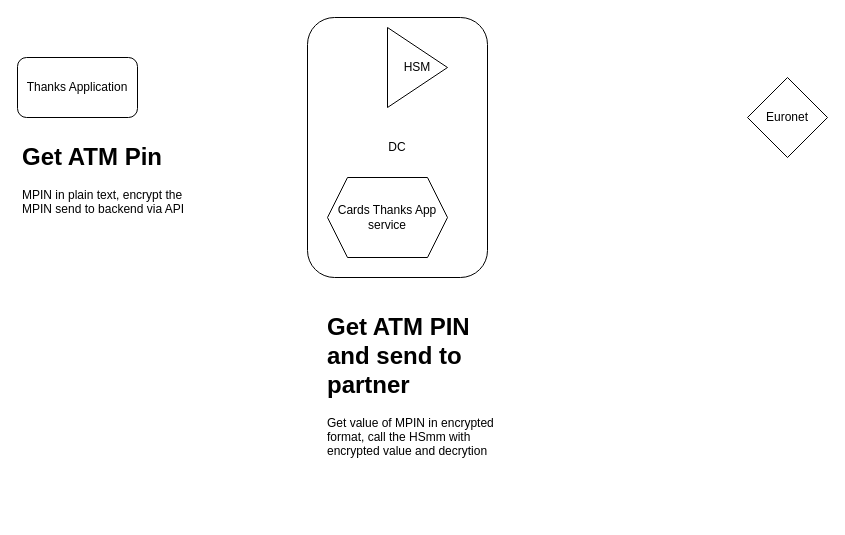
This is ZPK.drawio from ashwiniadlakha/draw_io, a draw.io file, before an edit. Source tidied: cells renumbered, new cells numbered last; positions are measured from the earlier drawing's top-left corner, leaving out a move shared by most shapes. Both pictures are drawn from the tidied source at 100%, with x=0, y=0 at pixel (17, 17).
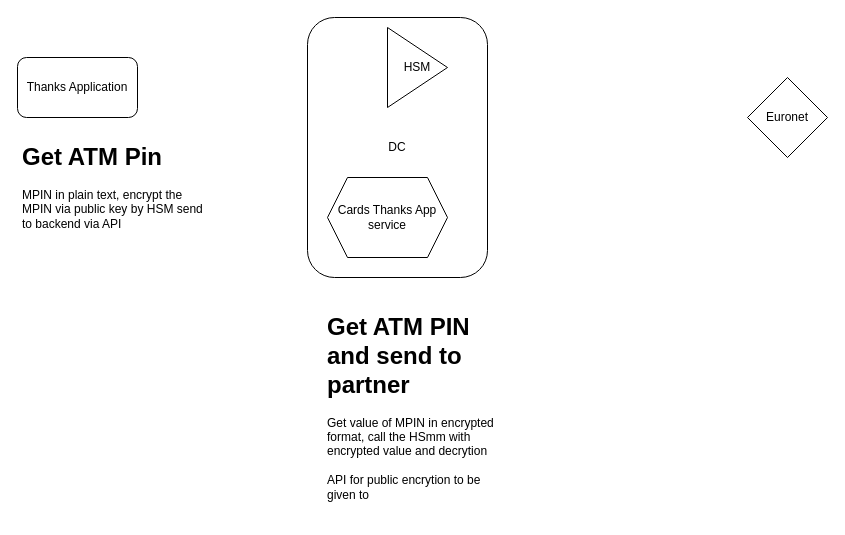
Above is the later version.

What changed in the source:
```diff
@@
 <mxGraphModel>
   <root>
     <mxCell id="0" />
     <mxCell id="1" parent="0" />
     <mxCell id="2" value="DC" style="rounded=1;whiteSpace=wrap;html=1;" parent="1" vertex="1">
       <mxGeometry x="290" width="180" height="260" as="geometry" />
     </mxCell>
     <mxCell id="3" value="HSM" style="triangle;whiteSpace=wrap;html=1;" parent="1" vertex="1">
       <mxGeometry x="370" y="10" width="60" height="80" as="geometry" />
     </mxCell>
     <mxCell id="4" value="Thanks Application" style="rounded=1;whiteSpace=wrap;html=1;" parent="1" vertex="1">
       <mxGeometry y="40" width="120" height="60" as="geometry" />
     </mxCell>
     <mxCell id="5" value="Euronet" style="rhombus;whiteSpace=wrap;html=1;" parent="1" vertex="1">
       <mxGeometry x="730" y="60" width="80" height="80" as="geometry" />
     </mxCell>
-    <mxCell id="6" value="&lt;h1&gt;Get ATM Pin&lt;/h1&gt;&lt;div&gt;MPIN in plain text, encrypt the MPIN send to backend via API&lt;/div&gt;" style="text;html=1;strokeColor=none;fillColor=none;spacing=5;spacingTop=-20;whiteSpace=wrap;overflow=hidden;rounded=0;" parent="1" vertex="1">
+    <mxCell id="6" value="&lt;h1&gt;Get ATM Pin&lt;/h1&gt;&lt;div&gt;MPIN in plain text, encrypt the MPIN via public key by HSM send to backend via API&lt;/div&gt;" style="text;html=1;strokeColor=none;fillColor=none;spacing=5;spacingTop=-20;whiteSpace=wrap;overflow=hidden;rounded=0;" parent="1" vertex="1">
       <mxGeometry y="120" width="190" height="120" as="geometry" />
     </mxCell>
     <mxCell id="7" value="Cards Thanks App service" style="shape=hexagon;perimeter=hexagonPerimeter2;whiteSpace=wrap;html=1;fixedSize=1;" parent="1" vertex="1">
       <mxGeometry x="310" y="160" width="120" height="80" as="geometry" />
     </mxCell>
-    <mxCell id="8" value="&lt;h1&gt;Get ATM PIN and send to partner&lt;/h1&gt;&lt;div&gt;Get value of MPIN in encrypted format, call the HSmm with encrypted value and decrytion&lt;/div&gt;" style="text;html=1;strokeColor=none;fillColor=none;spacing=5;spacingTop=-20;whiteSpace=wrap;overflow=hidden;rounded=0;" parent="1" vertex="1">
+    <mxCell id="8" value="&lt;h1&gt;Get ATM PIN and send to partner&lt;/h1&gt;&lt;div&gt;Get value of MPIN in encrypted format, call the HSmm with encrypted value and decrytion&lt;br&gt;&lt;br&gt;API for public encrytion to be given to&amp;nbsp;&lt;/div&gt;" style="text;html=1;strokeColor=none;fillColor=none;spacing=5;spacingTop=-20;whiteSpace=wrap;overflow=hidden;rounded=0;" parent="1" vertex="1">
       <mxGeometry x="305" y="290" width="190" height="210" as="geometry" />
     </mxCell>
   </root>
 </mxGraphModel>
```
